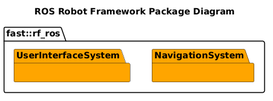
This is Systems/doc/RobotFrameworkROSSystemPackageDiagram.png from fastrobotics/robot_framework_ros, a PlantUML export, as it was before one commit.
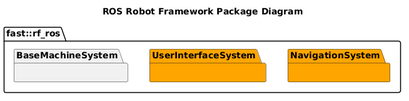
Later version of the same file.

Diff of the diagram source:
```diff
@@ -7,5 +7,8 @@
     namespace UserInterfaceSystem #Orange {
 
     }
+    namespace BaseMachineSystem {
+
+    }
 }
 @enduml
```
